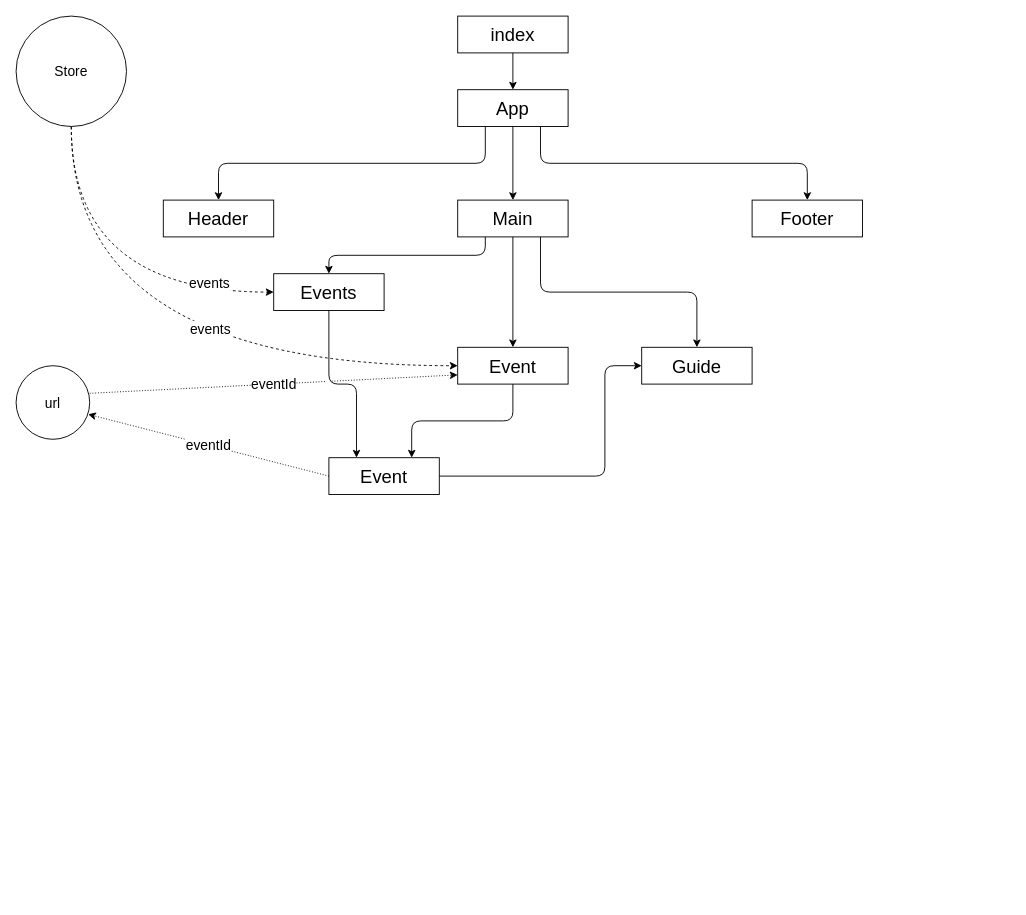
Earlier version of the draw.io diagram page "Страница 2" (2 of 2) of Docs/IsraelGuru.drawio (Hiirsh/Israel_Guru_Gretchko_Podolski). Source tidied: cells renumbered, new cells numbered last; positions are measured from the earlier drawing's top-left corner, leaving out a move shared by most shapes. Both pictures are drawn from the tidied source at 92%, with x=0, y=0 at pixel (16, 16).
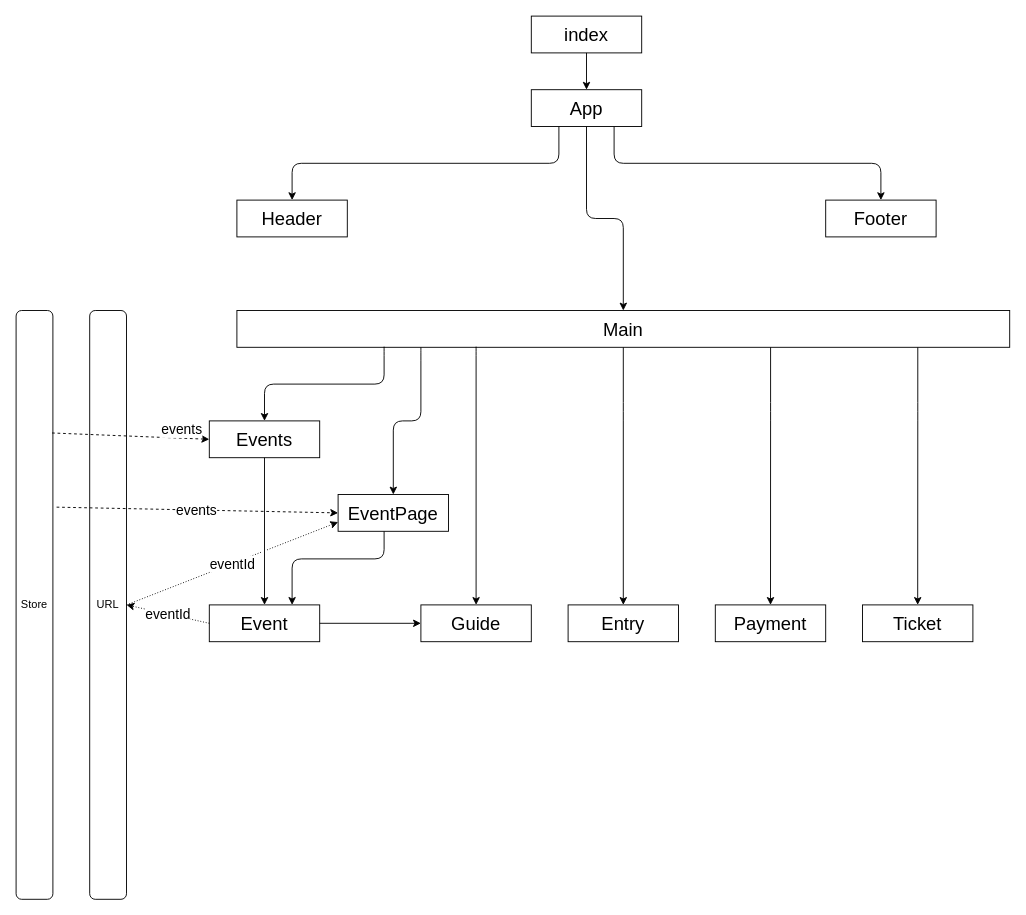
The same page after the edit.

Change to the diagram source:
```diff
@@
+    <mxCell id="27" value="URL" style="rounded=1;whiteSpace=wrap;html=1;fillColor=none;" parent="1" vertex="1">
+      <mxGeometry x="80" y="320" width="40" height="640" as="geometry" />
+    </mxCell>
@@
     <mxCell id="5" value="&lt;font style=&quot;font-size: 20px&quot;&gt;App&lt;/font&gt;" style="rounded=0;whiteSpace=wrap;html=1;fillColor=none;" parent="1" vertex="1">
-      <mxGeometry x="480" y="80" width="120" height="40" as="geometry" />
+      <mxGeometry x="560" y="80" width="120" height="40" as="geometry" />
     </mxCell>
@@
     <mxCell id="7" value="&lt;font style=&quot;font-size: 20px&quot;&gt;index&lt;/font&gt;" style="rounded=0;whiteSpace=wrap;html=1;fillColor=none;" parent="1" vertex="1">
-      <mxGeometry x="480" width="120" height="40" as="geometry" />
+      <mxGeometry x="560" width="120" height="40" as="geometry" />
     </mxCell>
-    <mxCell id="8" style="edgeStyle=orthogonalEdgeStyle;rounded=1;jettySize=auto;html=1;exitX=0.25;exitY=1;exitDx=0;exitDy=0;entryX=0.5;entryY=0;entryDx=0;entryDy=0;fontSize=20;" parent="1" edge="1" source="11" target="15">
-      <mxGeometry relative="1" as="geometry" />
-    </mxCell>
-    <mxCell id="9" style="edgeStyle=orthogonalEdgeStyle;rounded=1;jettySize=auto;html=1;exitX=0.5;exitY=1;exitDx=0;exitDy=0;fontSize=20;" parent="1" edge="1" source="11" target="20">
-      <mxGeometry relative="1" as="geometry" />
+    <mxCell id="9" style="edgeStyle=orthogonalEdgeStyle;rounded=1;jettySize=auto;html=1;fontSize=20;" parent="1" edge="1" target="20">
+      <mxGeometry relative="1" as="geometry">
+        <mxPoint x="440" y="360" as="sourcePoint" />
+        <Array as="points">
+          <mxPoint x="440" y="364" />
+          <mxPoint x="440" y="440" />
+          <mxPoint x="410" y="440" />
+        </Array>
+      </mxGeometry>
     </mxCell>
-    <mxCell id="10" style="edgeStyle=orthogonalEdgeStyle;rounded=1;jumpStyle=gap;jettySize=auto;html=1;fontSize=15;exitX=0.75;exitY=1;exitDx=0;exitDy=0;" parent="1" edge="1" source="11" target="26">
-      <mxGeometry relative="1" as="geometry" />
-    </mxCell>
+    <mxCell id="28" style="edgeStyle=orthogonalEdgeStyle;rounded=1;jettySize=auto;html=1;entryX=0.5;entryY=0;entryDx=0;entryDy=0;" parent="1" edge="1" source="11" target="29">
+      <mxGeometry relative="1" as="geometry">
+        <Array as="points">
+          <mxPoint x="660" y="430" />
+          <mxPoint x="660" y="430" />
+        </Array>
+      </mxGeometry>
+    </mxCell>
     <mxCell id="11" value="&lt;font style=&quot;font-size: 20px&quot;&gt;Main&lt;/font&gt;" style="rounded=0;whiteSpace=wrap;html=1;fillColor=none;" parent="1" vertex="1">
-      <mxGeometry x="480" y="200" width="120" height="40" as="geometry" />
+      <mxGeometry x="240" y="320" width="840" height="40" as="geometry" />
     </mxCell>
     <mxCell id="12" value="&lt;font style=&quot;font-size: 20px&quot;&gt;Header&lt;/font&gt;" style="rounded=0;whiteSpace=wrap;html=1;fillColor=none;" parent="1" vertex="1">
-      <mxGeometry x="160" y="200" width="120" height="40" as="geometry" />
+      <mxGeometry x="240" y="200" width="120" height="40" as="geometry" />
     </mxCell>
     <mxCell id="13" value="&lt;font style=&quot;font-size: 20px&quot;&gt;Footer&lt;/font&gt;" style="rounded=0;whiteSpace=wrap;html=1;fillColor=none;" parent="1" vertex="1">
-      <mxGeometry x="800" y="200" width="120" height="40" as="geometry" />
+      <mxGeometry x="880" y="200" width="120" height="40" as="geometry" />
     </mxCell>
-    <mxCell id="14" style="edgeStyle=orthogonalEdgeStyle;rounded=1;jettySize=auto;html=1;entryX=0.25;entryY=0;entryDx=0;entryDy=0;fontSize=20;jumpStyle=gap;" parent="1" edge="1" source="15" target="18">
-      <mxGeometry relative="1" as="geometry">
-        <Array as="points">
-          <mxPoint x="340" y="400" />
-          <mxPoint x="370" y="400" />
-        </Array>
-      </mxGeometry>
+    <mxCell id="14" style="edgeStyle=orthogonalEdgeStyle;rounded=0;jettySize=auto;html=1;entryX=0.5;entryY=0;entryDx=0;entryDy=0;" parent="1" edge="1" source="15" target="18">
+      <mxGeometry relative="1" as="geometry" />
     </mxCell>
     <mxCell id="15" value="&lt;font style=&quot;font-size: 20px&quot;&gt;Events&lt;/font&gt;" style="rounded=0;whiteSpace=wrap;html=1;fillColor=none;" parent="1" vertex="1">
-      <mxGeometry x="280" y="280" width="120" height="40" as="geometry" />
+      <mxGeometry x="210" y="440" width="120" height="40" as="geometry" />
     </mxCell>
-    <mxCell id="16" value="eventId" style="jettySize=auto;html=1;exitX=0;exitY=0.5;exitDx=0;exitDy=0;dashed=1;fontSize=15;entryX=0.978;entryY=0.66;entryDx=0;entryDy=0;entryPerimeter=0;dashPattern=1 2;" parent="1" edge="1" source="18" target="25">
+    <mxCell id="16" value="eventId" style="jettySize=auto;html=1;exitX=0;exitY=0.5;exitDx=0;exitDy=0;dashed=1;fontSize=15;entryX=1;entryY=0.5;entryDx=0;entryDy=0;dashPattern=1 2;" parent="1" edge="1" source="18" target="27">
       <mxGeometry relative="1" as="geometry" />
     </mxCell>
-    <mxCell id="17" style="edgeStyle=orthogonalEdgeStyle;rounded=1;jumpStyle=gap;jettySize=auto;html=1;exitX=1;exitY=0.5;exitDx=0;exitDy=0;entryX=0;entryY=0.5;entryDx=0;entryDy=0;fontSize=20;" parent="1" edge="1" source="18" target="26">
-      <mxGeometry relative="1" as="geometry">
-        <Array as="points">
-          <mxPoint x="640" y="500" />
-          <mxPoint x="640" y="380" />
-        </Array>
-      </mxGeometry>
+    <mxCell id="17" style="edgeStyle=orthogonalEdgeStyle;rounded=1;jettySize=auto;html=1;entryX=0;entryY=0.5;entryDx=0;entryDy=0;" parent="1" edge="1" source="18" target="26">
+      <mxGeometry relative="1" as="geometry" />
     </mxCell>
     <mxCell id="18" value="&lt;font style=&quot;font-size: 20px&quot;&gt;Event&lt;/font&gt;" style="rounded=0;whiteSpace=wrap;html=1;fillColor=none;" parent="1" vertex="1">
-      <mxGeometry x="340" y="480" width="120" height="40" as="geometry" />
+      <mxGeometry x="210" y="640" width="120" height="40" as="geometry" />
     </mxCell>
-    <mxCell id="19" style="edgeStyle=orthogonalEdgeStyle;jumpStyle=gap;jettySize=auto;html=1;entryX=0.75;entryY=0;entryDx=0;entryDy=0;fontSize=15;rounded=1;" parent="1" edge="1" source="20" target="18">
+    <mxCell id="19" style="edgeStyle=orthogonalEdgeStyle;rounded=1;jettySize=auto;html=1;entryX=0.75;entryY=0;entryDx=0;entryDy=0;" parent="1" edge="1" source="20" target="18">
       <mxGeometry relative="1" as="geometry">
         <Array as="points">
-          <mxPoint x="540" y="440" />
-          <mxPoint x="430" y="440" />
+          <mxPoint x="400" y="590" />
+          <mxPoint x="300" y="590" />
         </Array>
       </mxGeometry>
     </mxCell>
-    <mxCell id="20" value="&lt;font style=&quot;font-size: 20px&quot;&gt;Event&lt;/font&gt;" style="rounded=0;whiteSpace=wrap;html=1;fillColor=none;" parent="1" vertex="1">
-      <mxGeometry x="480" y="360" width="120" height="40" as="geometry" />
+    <mxCell id="20" value="&lt;font style=&quot;font-size: 20px&quot;&gt;EventPage&lt;/font&gt;" style="rounded=0;whiteSpace=wrap;html=1;fillColor=none;" parent="1" vertex="1">
+      <mxGeometry x="350" y="520" width="120" height="40" as="geometry" />
     </mxCell>
-    <mxCell id="21" value="events" style="edgeStyle=orthogonalEdgeStyle;curved=1;jettySize=auto;html=1;entryX=0;entryY=0.5;entryDx=0;entryDy=0;dashed=1;fontSize=15;exitX=0.5;exitY=1;exitDx=0;exitDy=0;" parent="1" edge="1" source="23" target="15">
+    <mxCell id="21" value="events" style="jettySize=auto;html=1;entryX=0;entryY=0.5;entryDx=0;entryDy=0;dashed=1;fontSize=15;exitX=0.976;exitY=0.208;exitDx=0;exitDy=0;exitPerimeter=0;" parent="1" edge="1" source="23" target="15">
       <mxGeometry x="0.65" y="10" relative="1" as="geometry" />
     </mxCell>
-    <mxCell id="22" value="events" style="edgeStyle=orthogonalEdgeStyle;curved=1;jettySize=auto;html=1;entryX=0;entryY=0.5;entryDx=0;entryDy=0;dashed=1;fontSize=15;" parent="1" edge="1" source="23" target="20">
-      <mxGeometry x="0.21" y="40" relative="1" as="geometry">
-        <Array as="points">
-          <mxPoint x="60" y="380" />
-        </Array>
-      </mxGeometry>
+    <mxCell id="22" value="events" style="jettySize=auto;html=1;entryX=0;entryY=0.5;entryDx=0;entryDy=0;dashed=1;fontSize=15;exitX=1.1;exitY=0.334;exitDx=0;exitDy=0;exitPerimeter=0;" parent="1" edge="1" source="23" target="20">
+      <mxGeometry x="-0.01" relative="1" as="geometry" />
     </mxCell>
+    <mxCell id="24" value="eventId" style="jettySize=auto;html=1;exitX=1;exitY=0.5;exitDx=0;exitDy=0;entryX=0;entryY=0.75;entryDx=0;entryDy=0;dashed=1;fontSize=15;jumpStyle=gap;dashPattern=1 2;" parent="1" edge="1" source="27" target="20">
+      <mxGeometry relative="1" as="geometry" />
+    </mxCell>
+    <mxCell id="26" value="&lt;font style=&quot;font-size: 20px&quot;&gt;Guide&lt;/font&gt;" style="whiteSpace=wrap;html=1;fillColor=none;rounded=0;" parent="1" vertex="1">
+      <mxGeometry x="440" y="640" width="120" height="40" as="geometry" />
+    </mxCell>
-    <mxCell id="23" value="Store" style="ellipse;whiteSpace=wrap;html=1;fontSize=15;fillColor=none;" parent="1" vertex="1">
-      <mxGeometry width="120" height="120" as="geometry" />
+    <mxCell id="23" value="Store" style="rounded=1;whiteSpace=wrap;html=1;fillColor=none;" parent="1" vertex="1">
+      <mxGeometry y="320" width="40" height="640" as="geometry" />
     </mxCell>
-    <mxCell id="24" value="eventId" style="jettySize=auto;html=1;exitX=1;exitY=0.375;exitDx=0;exitDy=0;entryX=0;entryY=0.75;entryDx=0;entryDy=0;dashed=1;fontSize=15;exitPerimeter=0;jumpStyle=gap;dashPattern=1 2;" parent="1" edge="1" source="25" target="20">
-      <mxGeometry relative="1" as="geometry" />
-    </mxCell>
-    <mxCell id="25" value="url" style="ellipse;whiteSpace=wrap;html=1;fontSize=15;fillColor=none;" parent="1" vertex="1">
-      <mxGeometry y="380" width="80" height="80" as="geometry" />
-    </mxCell>
-    <mxCell id="26" value="&lt;font style=&quot;font-size: 20px&quot;&gt;Guide&lt;/font&gt;" style="whiteSpace=wrap;html=1;fillColor=none;rounded=0;" parent="1" vertex="1">
-      <mxGeometry x="680" y="360" width="120" height="40" as="geometry" />
-    </mxCell>
+    <mxCell id="29" value="&lt;font style=&quot;font-size: 20px&quot;&gt;Entry&lt;/font&gt;" style="whiteSpace=wrap;html=1;fillColor=none;rounded=0;" parent="1" vertex="1">
+      <mxGeometry x="600" y="640" width="120" height="40" as="geometry" />
+    </mxCell>
+    <mxCell id="30" style="endArrow=classic;html=1;rounded=1;entryX=0.5;entryY=0;entryDx=0;entryDy=0;edgeStyle=orthogonalEdgeStyle;" parent="1" edge="1" target="15">
+      <mxGeometry relative="1" as="geometry">
+        <mxPoint x="400" y="360" as="sourcePoint" />
+        <Array as="points">
+          <mxPoint x="400" y="359" />
+          <mxPoint x="400" y="400" />
+          <mxPoint x="270" y="400" />
+        </Array>
+      </mxGeometry>
+    </mxCell>
+    <mxCell id="31" style="endArrow=classic;html=1;rounded=1;edgeStyle=orthogonalEdgeStyle;" parent="1" edge="1" target="26">
+      <mxGeometry relative="1" as="geometry">
+        <mxPoint x="500" y="360" as="sourcePoint" />
+        <Array as="points">
+          <mxPoint x="500" y="359" />
+        </Array>
+      </mxGeometry>
+    </mxCell>
+    <mxCell id="32" value="&lt;font style=&quot;font-size: 20px&quot;&gt;Payment&lt;/font&gt;" style="whiteSpace=wrap;html=1;fillColor=none;rounded=0;" parent="1" vertex="1">
+      <mxGeometry x="760" y="640" width="120" height="40" as="geometry" />
+    </mxCell>
+    <mxCell id="33" style="edgeStyle=orthogonalEdgeStyle;rounded=1;jettySize=auto;html=1;entryX=0.5;entryY=0;entryDx=0;entryDy=0;" parent="1" edge="1" target="32">
+      <mxGeometry relative="1" as="geometry">
+        <mxPoint x="820.1" y="360" as="sourcePoint" />
+        <Array as="points">
+          <mxPoint x="820" y="430" />
+          <mxPoint x="820" y="430" />
+        </Array>
+      </mxGeometry>
+    </mxCell>
+    <mxCell id="34" value="&lt;font style=&quot;font-size: 20px&quot;&gt;Ticket&lt;/font&gt;" style="whiteSpace=wrap;html=1;fillColor=none;rounded=0;" parent="1" vertex="1">
+      <mxGeometry x="920" y="640" width="120" height="40" as="geometry" />
+    </mxCell>
+    <mxCell id="35" style="edgeStyle=orthogonalEdgeStyle;rounded=1;jettySize=auto;html=1;entryX=0.5;entryY=0;entryDx=0;entryDy=0;" parent="1" edge="1" target="34">
+      <mxGeometry relative="1" as="geometry">
+        <mxPoint x="980.1" y="360" as="sourcePoint" />
+        <Array as="points">
+          <mxPoint x="980" y="430" />
+          <mxPoint x="980" y="430" />
+        </Array>
+      </mxGeometry>
+    </mxCell>
```
